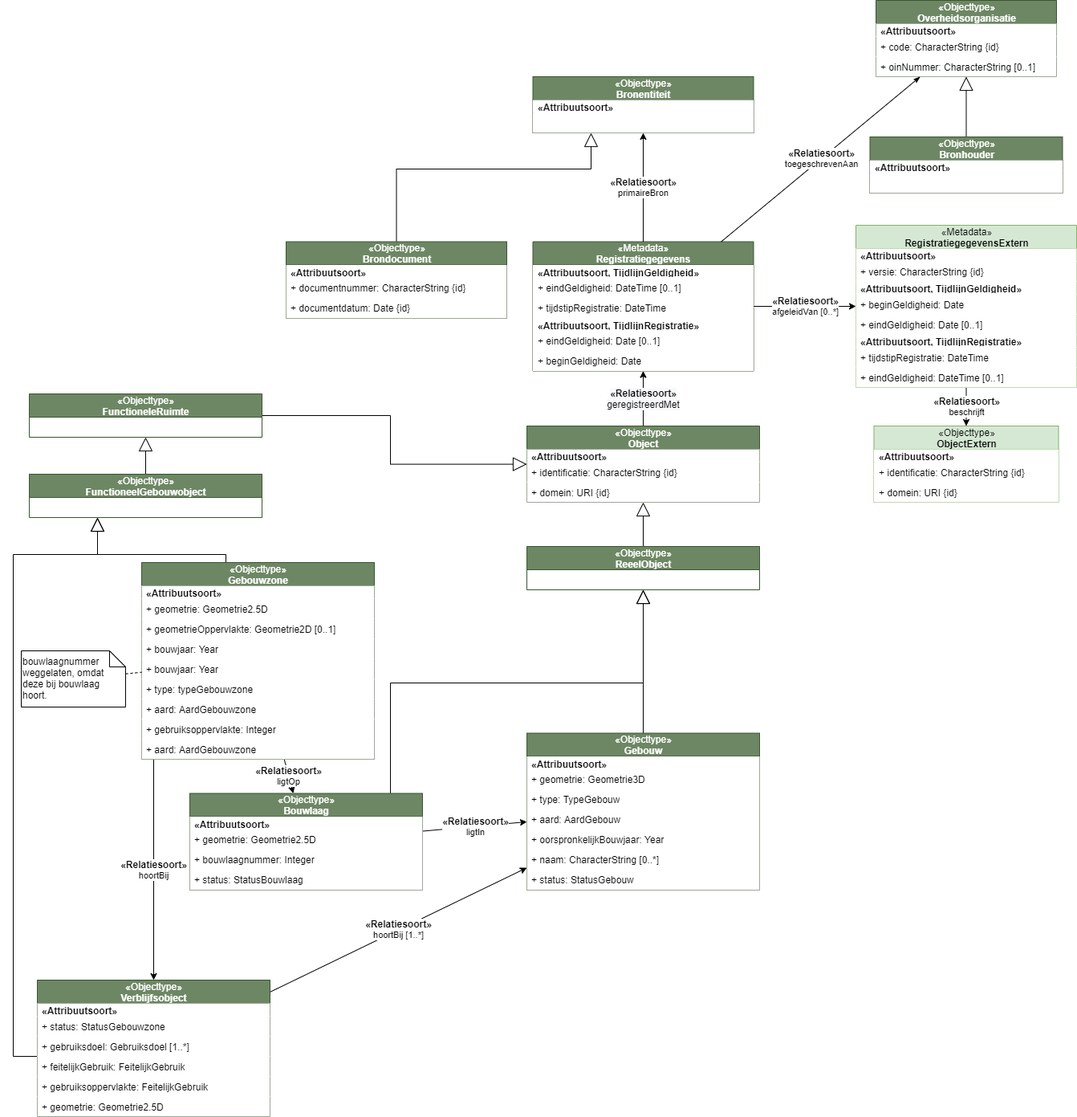
Earlier version of the draw.io export media/imsor-gebouw.drawio.png (Geonovum/disgeo-demo-3a). Source tidied: cells renumbered, new cells last; positions are measured from the earlier drawing's top-left corner, leaving out a move shared by most shapes.
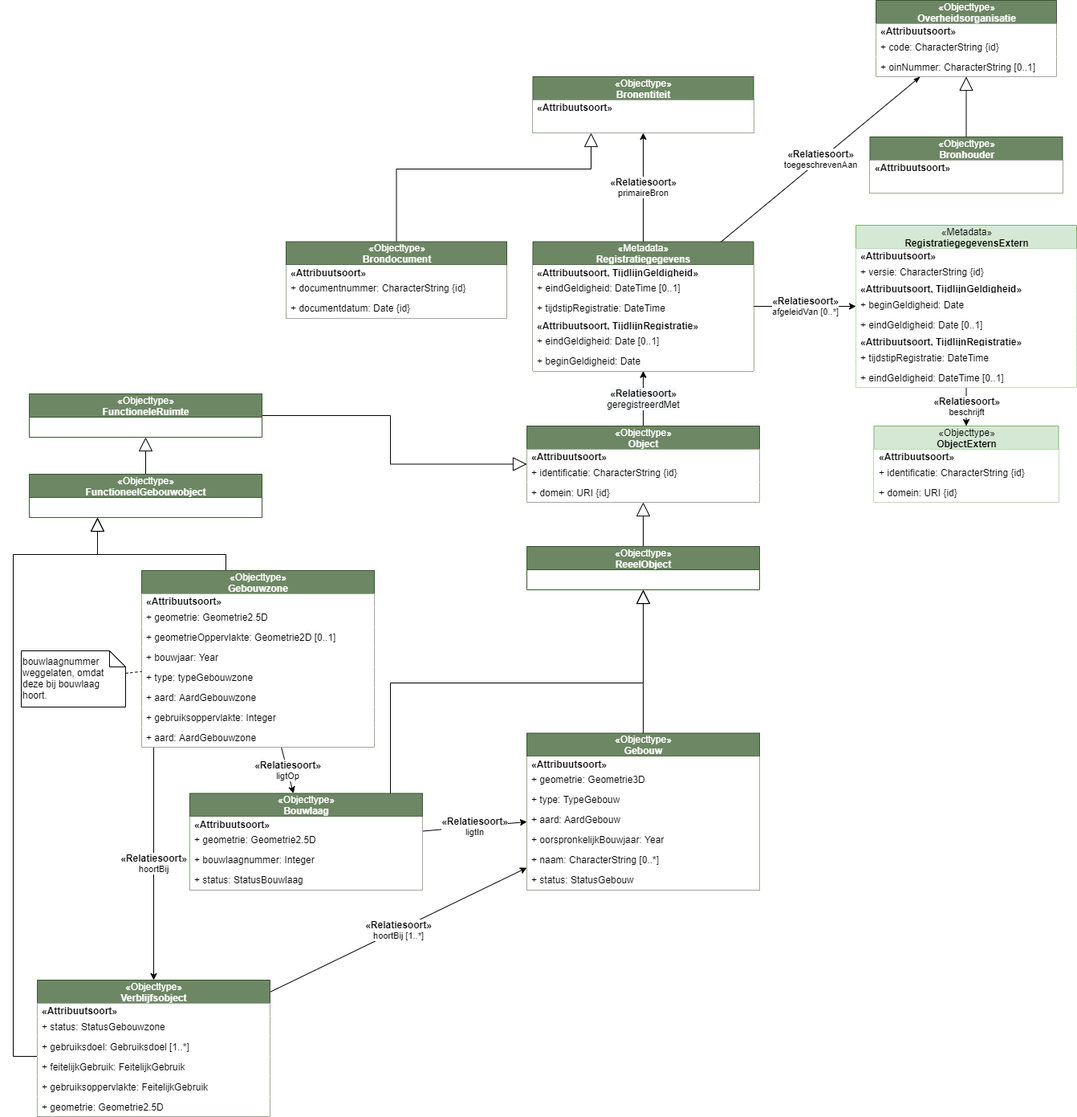
Above is the later version.

Commit message:
dubbele bouwjaar fix

Change to the diagram source:
```diff
@@ -218,7 +218,7 @@
       </mxGeometry>
     </mxCell>
     <mxCell id="67" value="&lt;span style=&quot;font-weight: 400&quot;&gt;«Objecttype»&lt;/span&gt;&lt;br style=&quot;font-weight: 400&quot;&gt;Gebouwzone" style="swimlane;fontStyle=1;align=center;verticalAlign=middle;horizontal=1;startSize=29;html=1;fillColor=#6d8764;strokeColor=#3A5431;fontColor=#ffffff;" parent="1" vertex="1">
-      <mxGeometry x="160" y="873" width="290" height="245" as="geometry" />
+      <mxGeometry x="160" y="883" width="290" height="220" as="geometry" />
     </mxCell>
     <mxCell id="68" value="&lt;span style=&quot;text-align: center&quot;&gt;&lt;b&gt;«Attribuutsoort»&lt;/b&gt;&lt;/span&gt;" style="text;html=1;align=left;verticalAlign=middle;spacingLeft=4;spacingRight=4;overflow=hidden;fillColor=#ffffff;" parent="67" vertex="1">
       <mxGeometry y="29" width="290" height="16" as="geometry" />
@@ -229,23 +229,20 @@
     <mxCell id="70" value="+ geometrieOppervlakte: Geometrie2D [0..1]" style="text;html=1;align=left;verticalAlign=middle;spacingLeft=4;spacingRight=4;overflow=hidden;fillColor=#ffffff;" parent="67" vertex="1">
       <mxGeometry y="70" width="290" height="25" as="geometry" />
     </mxCell>
-    <mxCell id="71" value="+ bouwjaar: Year" style="text;html=1;align=left;verticalAlign=middle;spacingLeft=4;spacingRight=4;overflow=hidden;fillColor=#ffffff;" parent="67" vertex="1">
-      <mxGeometry y="95" width="290" height="25" as="geometry" />
-    </mxCell>
     <mxCell id="72" value="+ bouwjaar: Year" style="text;html=1;align=left;verticalAlign=middle;spacingLeft=4;spacingRight=4;overflow=hidden;fillColor=#ffffff;" parent="67" vertex="1">
-      <mxGeometry y="120" width="290" height="25" as="geometry" />
+      <mxGeometry y="95" width="290" height="25" as="geometry" />
     </mxCell>
     <mxCell id="73" value="+ type: typeGebouwzone" style="text;html=1;align=left;verticalAlign=middle;spacingLeft=4;spacingRight=4;overflow=hidden;fillColor=#ffffff;" parent="67" vertex="1">
-      <mxGeometry y="145" width="290" height="25" as="geometry" />
+      <mxGeometry y="120" width="290" height="25" as="geometry" />
     </mxCell>
     <mxCell id="74" value="+ aard: AardGebouwzone" style="text;html=1;align=left;verticalAlign=middle;spacingLeft=4;spacingRight=4;overflow=hidden;fillColor=#ffffff;" parent="67" vertex="1">
-      <mxGeometry y="170" width="290" height="25" as="geometry" />
+      <mxGeometry y="145" width="290" height="25" as="geometry" />
     </mxCell>
     <mxCell id="75" value="+ gebruiksoppervlakte: Integer" style="text;html=1;align=left;verticalAlign=middle;spacingLeft=4;spacingRight=4;overflow=hidden;fillColor=#ffffff;" parent="67" vertex="1">
-      <mxGeometry y="195" width="290" height="25" as="geometry" />
+      <mxGeometry y="170" width="290" height="25" as="geometry" />
     </mxCell>
     <mxCell id="76" value="+ aard: AardGebouwzone" style="text;html=1;align=left;verticalAlign=middle;spacingLeft=4;spacingRight=4;overflow=hidden;fillColor=#ffffff;" parent="67" vertex="1">
-      <mxGeometry y="220" width="290" height="25" as="geometry" />
+      <mxGeometry y="195" width="290" height="25" as="geometry" />
     </mxCell>
     <mxCell id="77" style="edgeStyle=orthogonalEdgeStyle;rounded=0;jettySize=auto;html=1;endArrow=block;endFill=0;endSize=15;" parent="1" edge="1" source="79" target="87">
       <mxGeometry relative="1" as="geometry">
```
